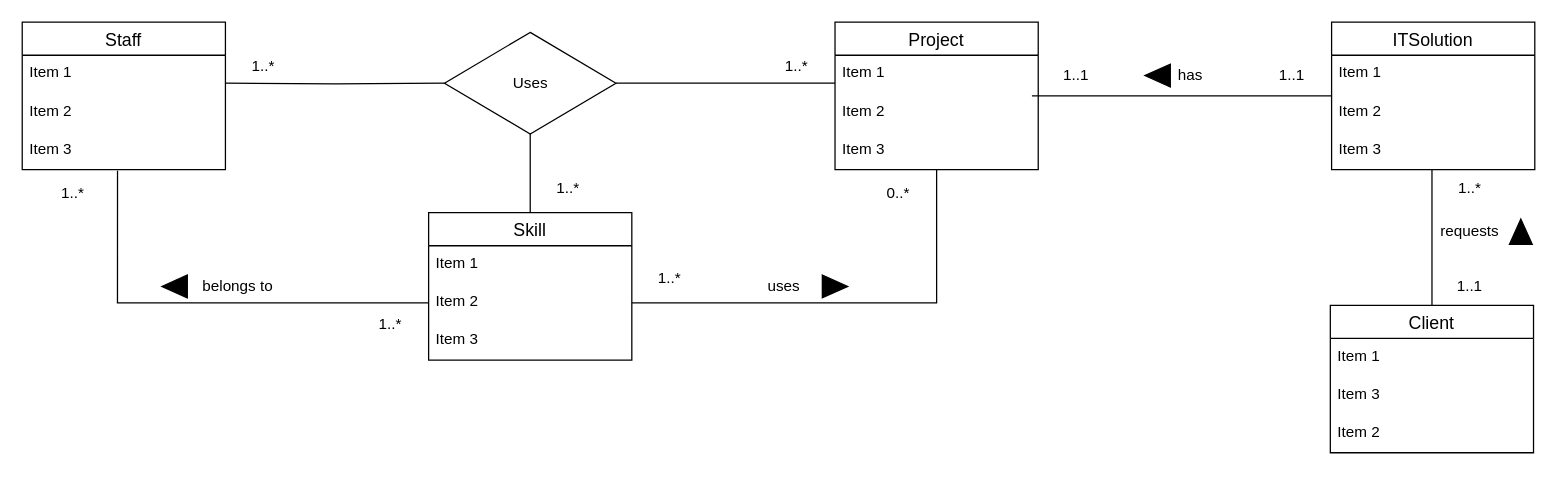
This is page "Page-2" (2 of 2) of Tutorial 2/Tutorial2_Exercise1.drawio from ChitharaKarunasekera/DatabaseSystemsTutorials, a draw.io file, before an edit. Source tidied: cells renumbered, new cells numbered last; positions are measured from the earlier drawing's top-left corner, leaving out a move shared by most shapes. Both pictures are drawn from the tidied source at 127%, with x=0, y=0 at pixel (22, 22).
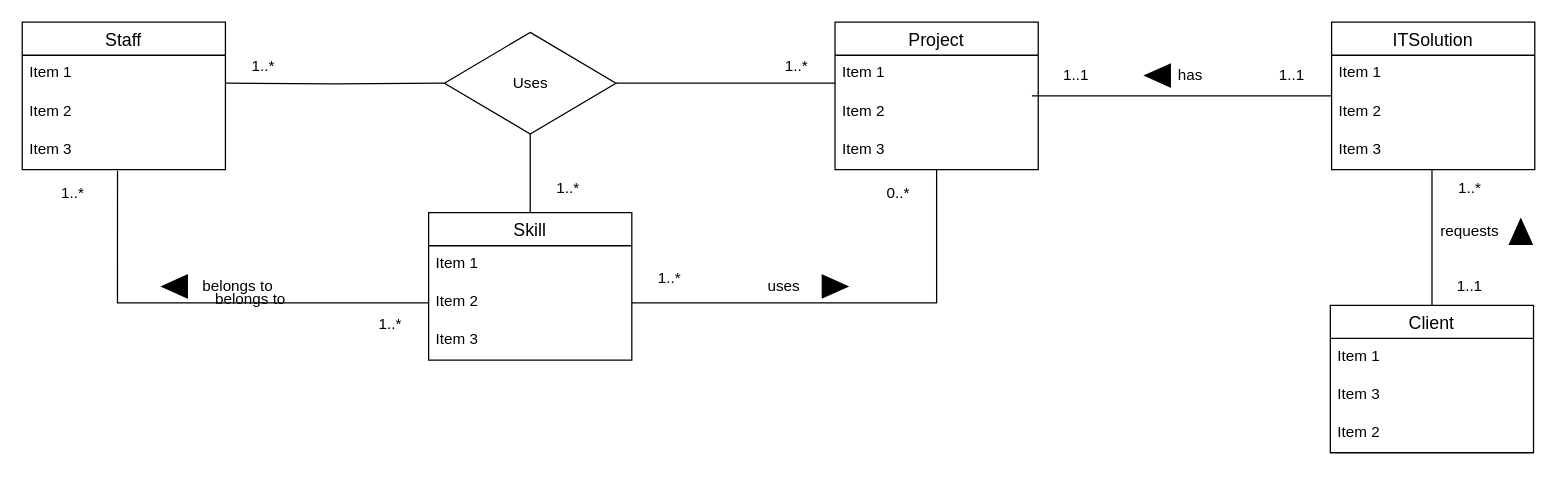
The same page after the edit.

Commit message:
Added client entity

Change to the diagram source:
```diff
@@
+    <mxCell id="49" value="belongs to" style="text;html=1;strokeColor=none;fillColor=none;align=center;verticalAlign=middle;whiteSpace=wrap;rounded=0;" parent="1" vertex="1">
+      <mxGeometry x="150" y="203" width="60" height="30" as="geometry" />
+    </mxCell>
```
